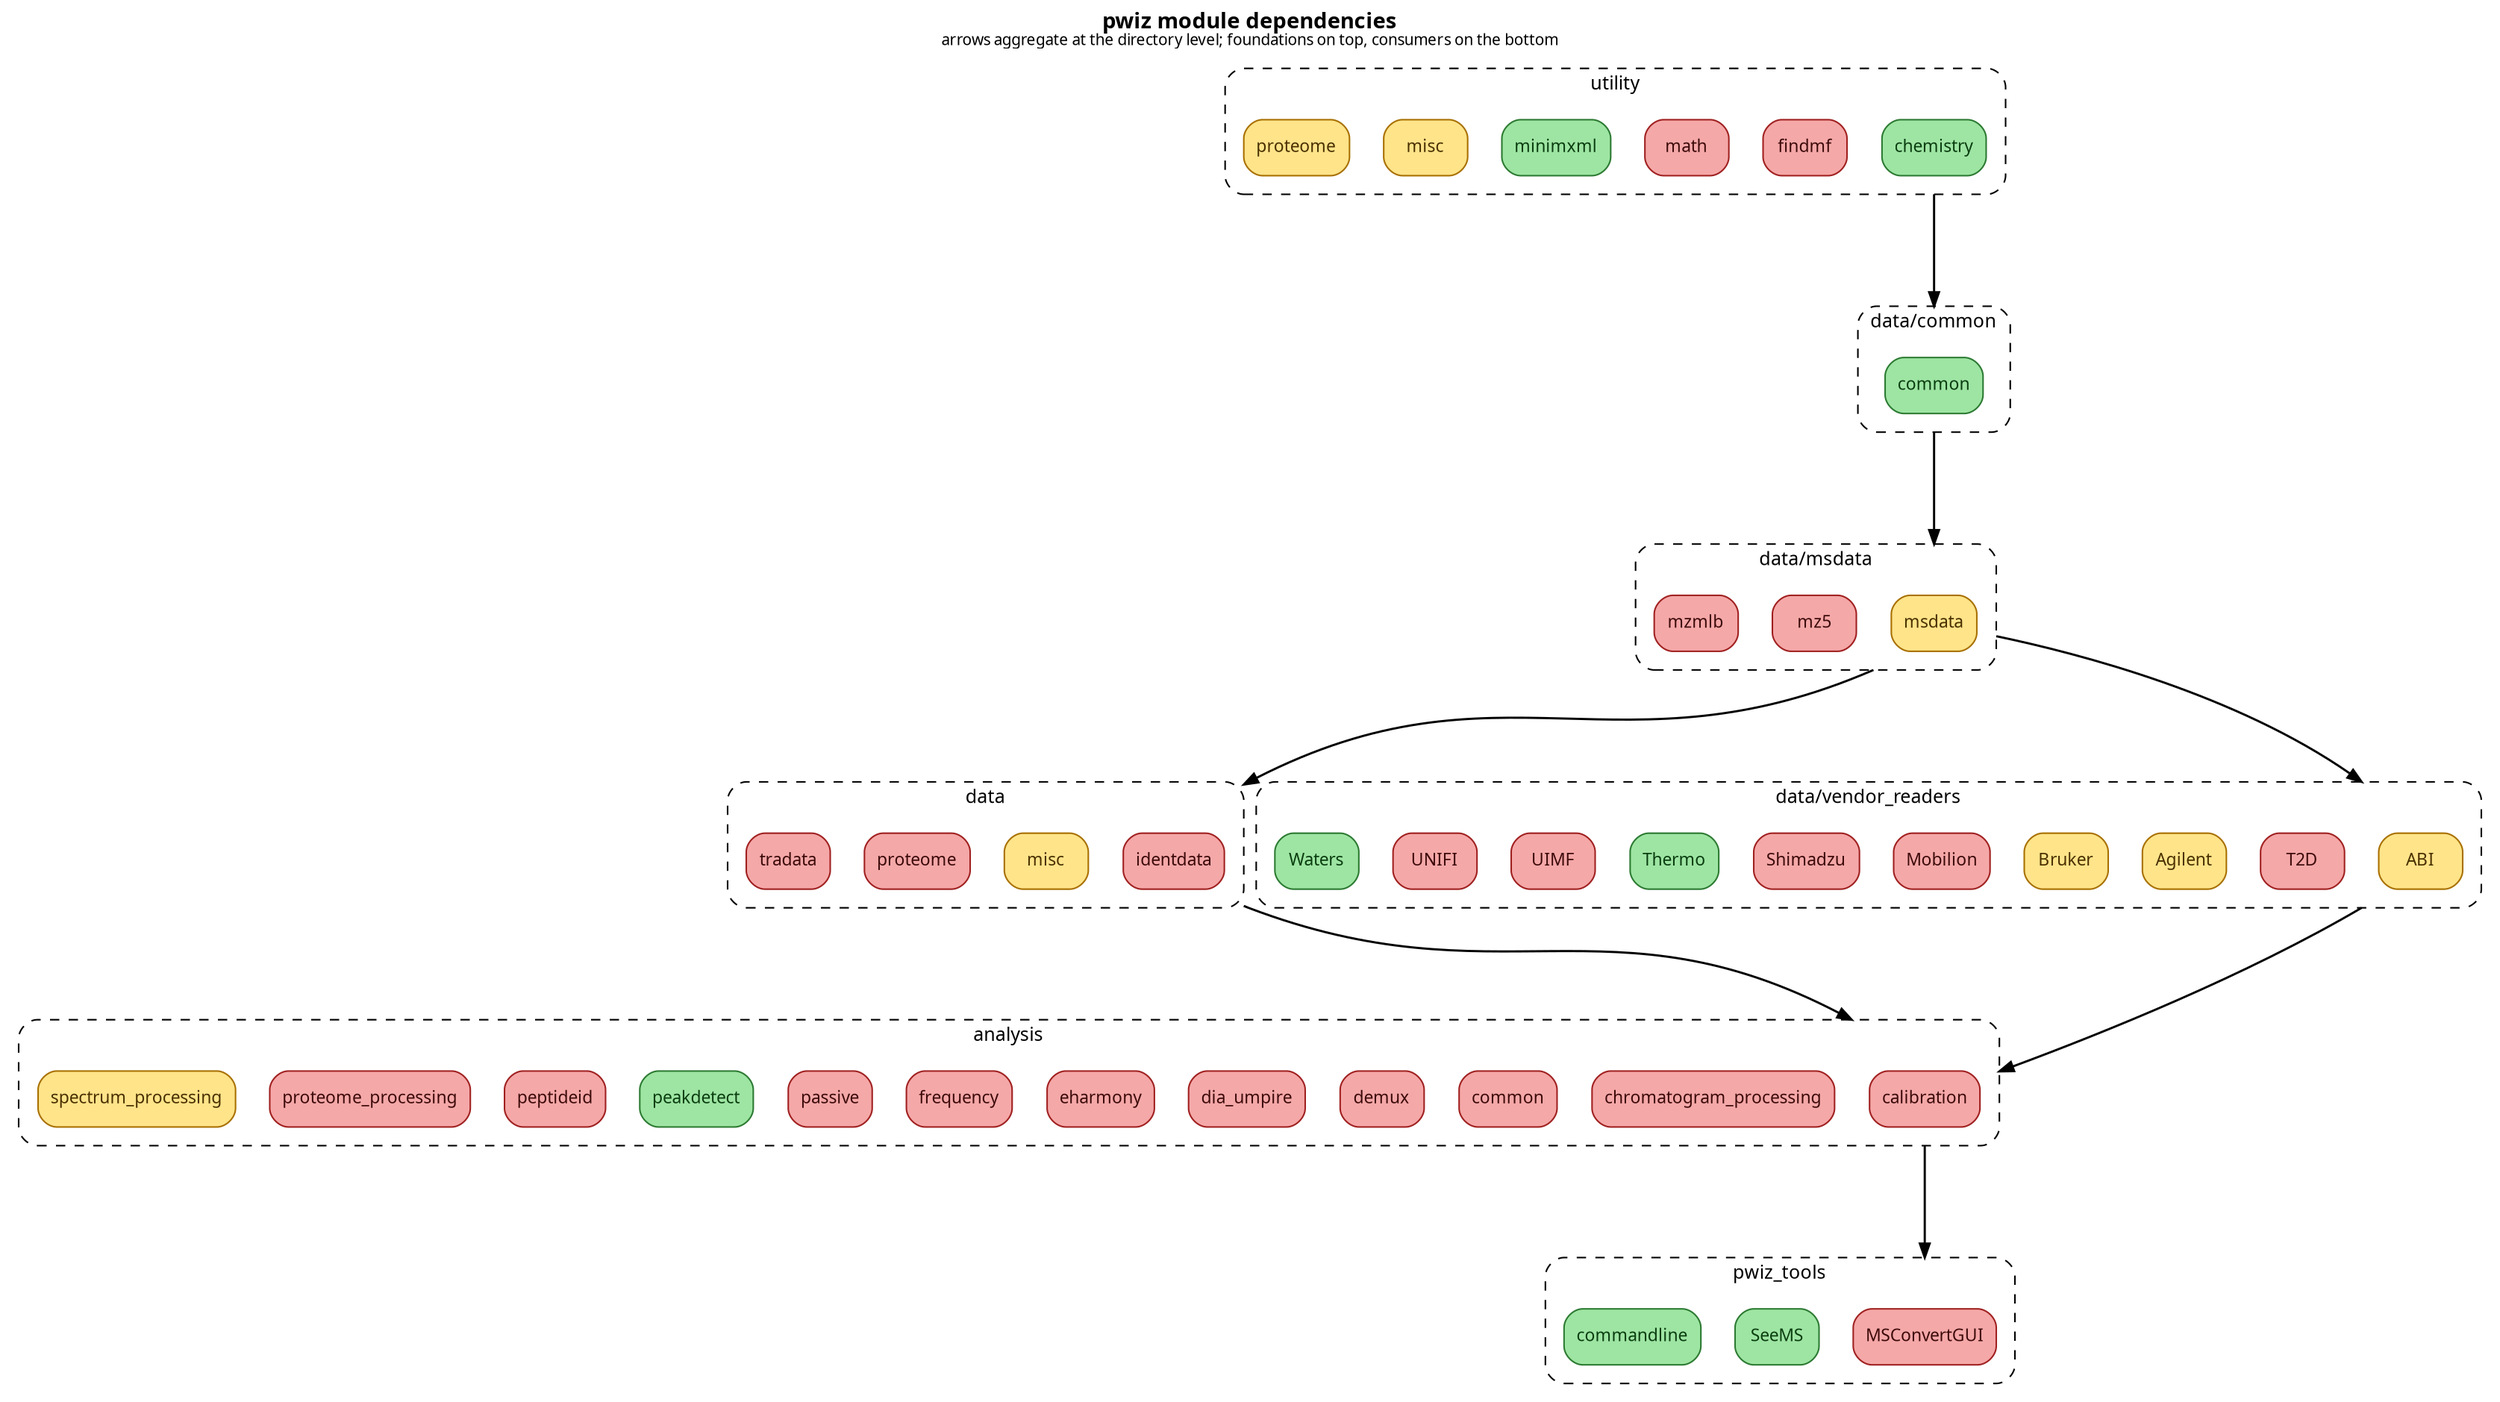
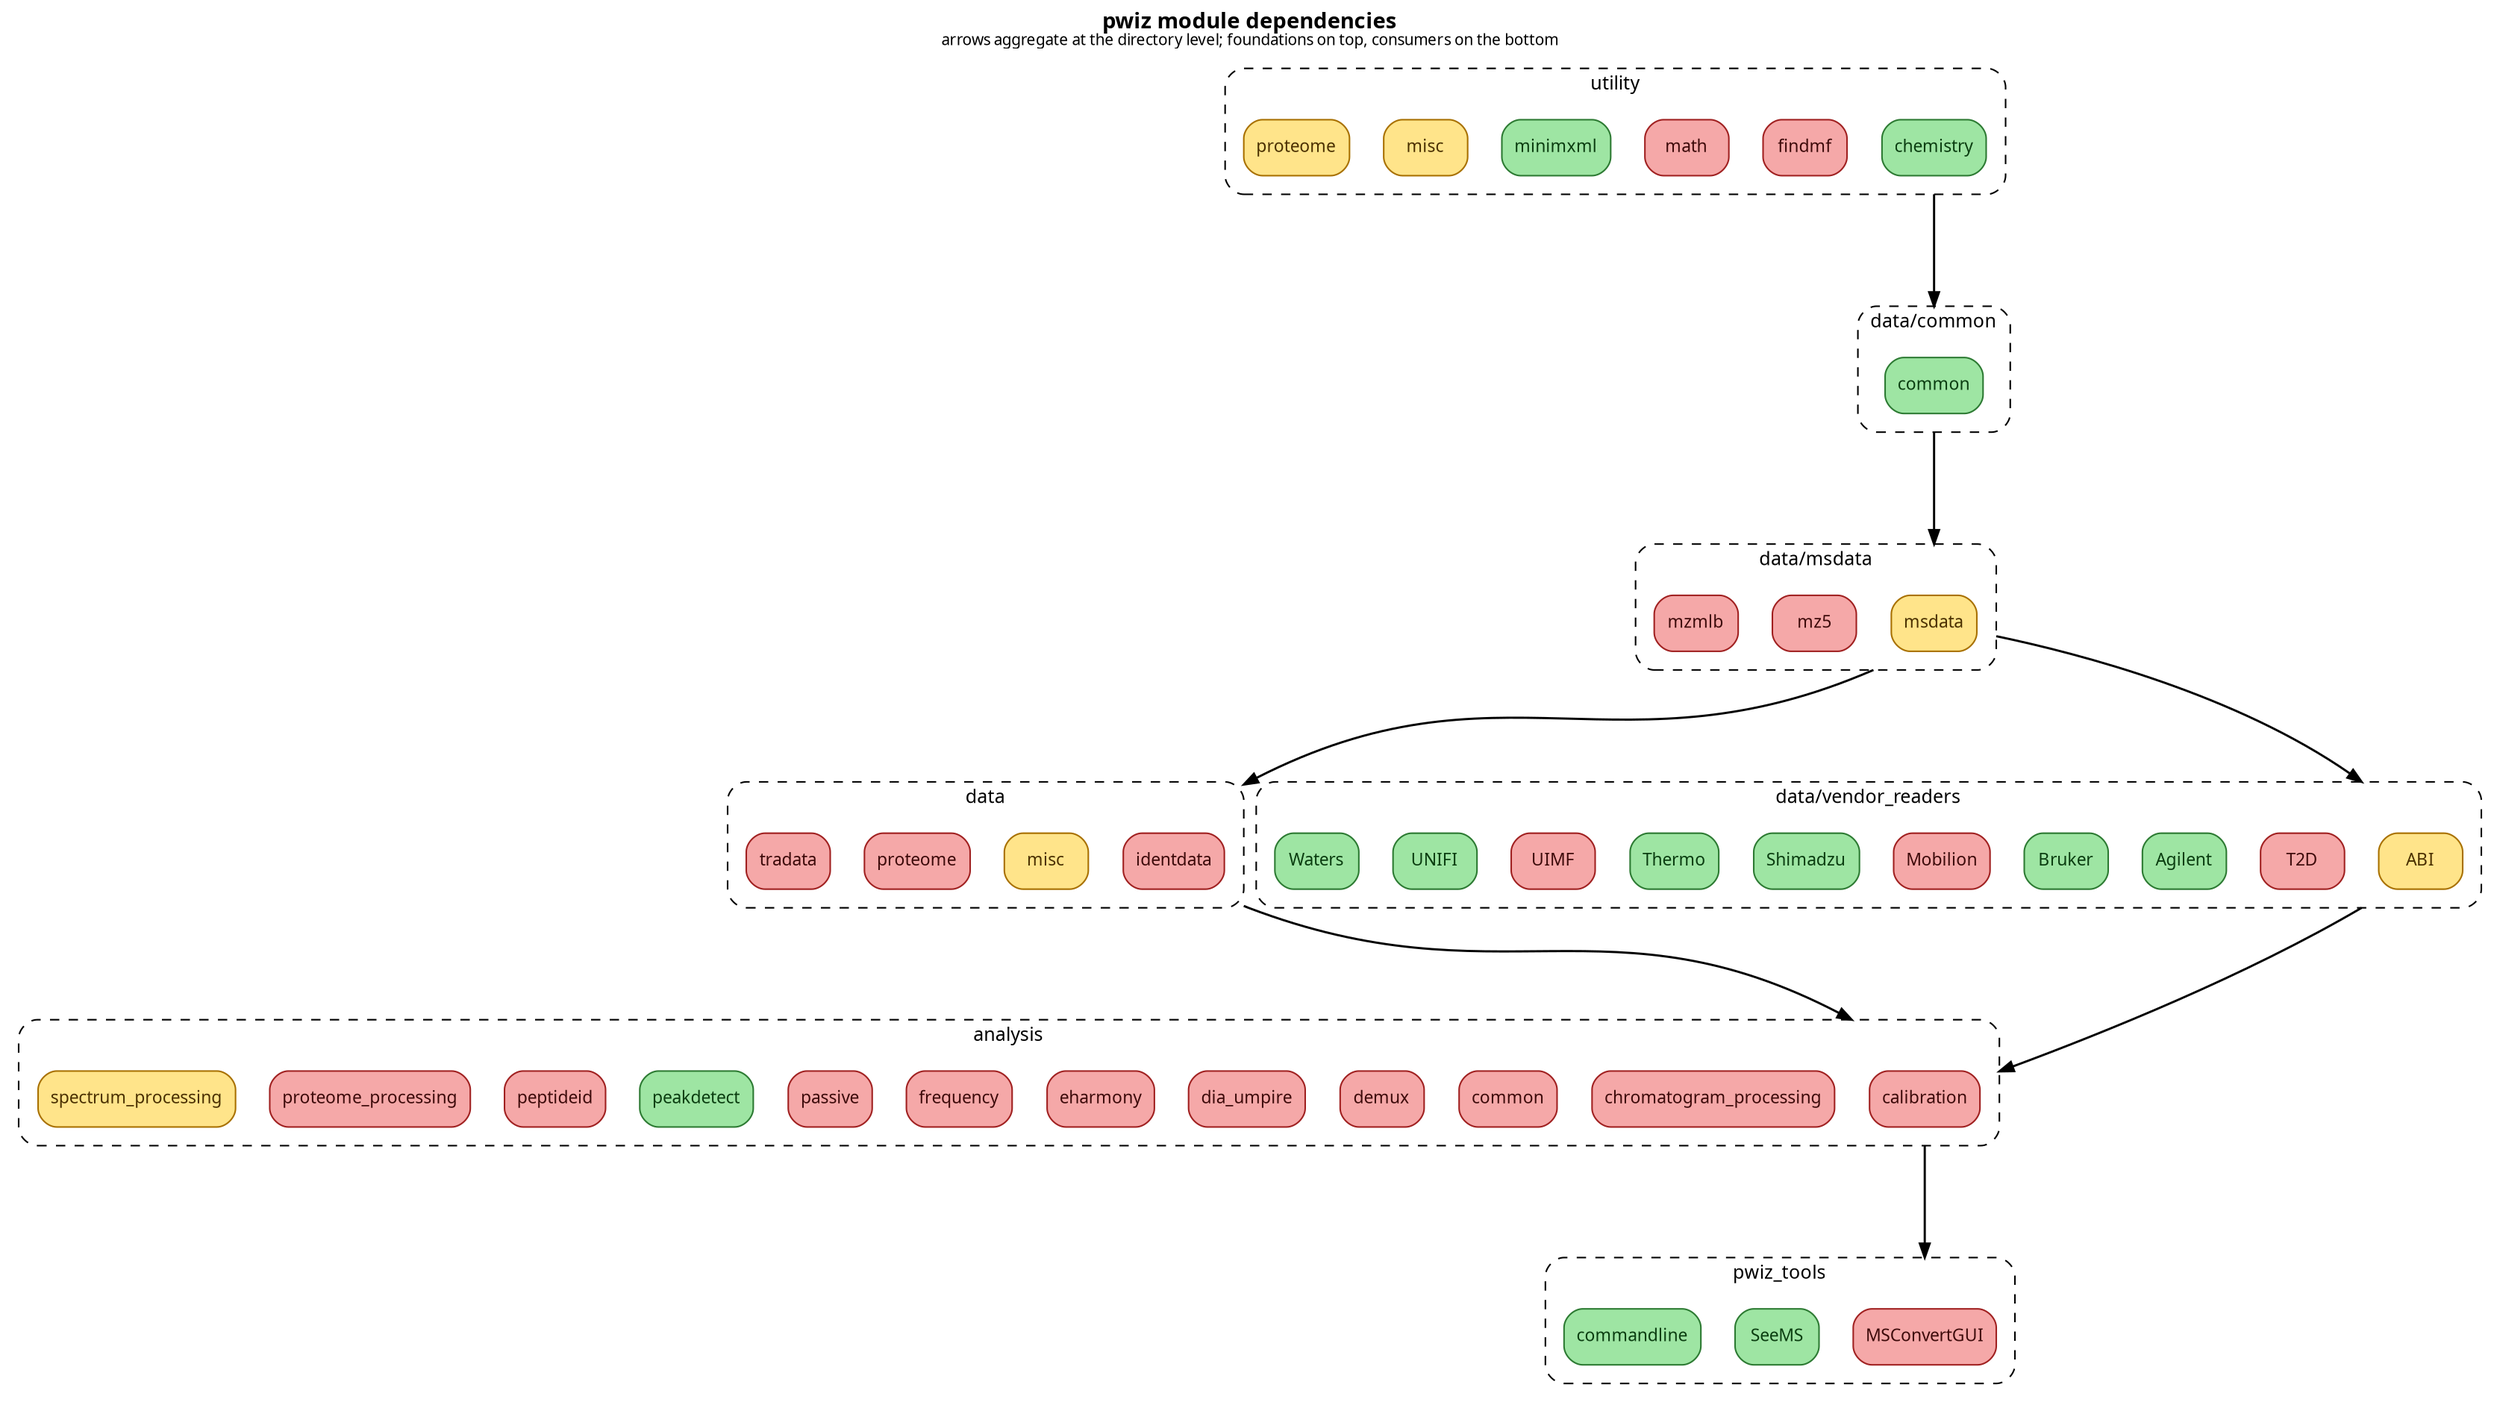
digraph pwiz_modules {
  rankdir=TB;
  labelloc=t;
  label=<<b>pwiz module dependencies</b><br/><font point-size="10">arrows aggregate at the directory level; foundations on top, consumers on the bottom</font>>;
  fontname="Segoe UI";
  node [shape=box, style="filled,rounded", fontname="Segoe UI", fontsize=11];
  edge [color="#444", penwidth=1.4, arrowsize=0.9];
  splines=spline;
  ranksep=0.8; nodesep=0.3;
  compound=true;

  subgraph cluster_analysis {
    label="analysis";
    style="rounded,dashed";
    color="#888";
    fontname="Segoe UI";
    fontsize=12;
    margin=12;
    n_analysis__calibration [label="calibration", fillcolor="#f5a8a8", color="#a02020", fontcolor="#3d0a0a"];
    n_analysis__chromatogram_processing [label="chromatogram_processing", fillcolor="#f5a8a8", color="#a02020", fontcolor="#3d0a0a"];
    n_analysis__common [label="common", fillcolor="#f5a8a8", color="#a02020", fontcolor="#3d0a0a"];
    n_analysis__demux [label="demux", fillcolor="#f5a8a8", color="#a02020", fontcolor="#3d0a0a"];
    n_analysis__dia_umpire [label="dia_umpire", fillcolor="#f5a8a8", color="#a02020", fontcolor="#3d0a0a"];
    n_analysis__eharmony [label="eharmony", fillcolor="#f5a8a8", color="#a02020", fontcolor="#3d0a0a"];
    n_analysis__frequency [label="frequency", fillcolor="#f5a8a8", color="#a02020", fontcolor="#3d0a0a"];
    n_analysis__passive [label="passive", fillcolor="#f5a8a8", color="#a02020", fontcolor="#3d0a0a"];
    n_analysis__peakdetect [label="peakdetect", fillcolor="#9ee5a3", color="#2c7a32", fontcolor="#0a3d10"];
    n_analysis__peptideid [label="peptideid", fillcolor="#f5a8a8", color="#a02020", fontcolor="#3d0a0a"];
    n_analysis__proteome_processing [label="proteome_processing", fillcolor="#f5a8a8", color="#a02020", fontcolor="#3d0a0a"];
    n_analysis__spectrum_processing [label="spectrum_processing", fillcolor="#ffe48a", color="#a87000", fontcolor="#4a3000"];
  }

  subgraph cluster_data {
    label="data";
    style="rounded,dashed";
    color="#888";
    fontname="Segoe UI";
    fontsize=12;
    margin=12;
    n_data__identdata [label="identdata", fillcolor="#f5a8a8", color="#a02020", fontcolor="#3d0a0a"];
    n_data__misc [label="misc", fillcolor="#ffe48a", color="#a87000", fontcolor="#4a3000"];
    n_data__proteome [label="proteome", fillcolor="#f5a8a8", color="#a02020", fontcolor="#3d0a0a"];
    n_data__tradata [label="tradata", fillcolor="#f5a8a8", color="#a02020", fontcolor="#3d0a0a"];
  }

  subgraph cluster_data_common {
    label="data/common";
    style="rounded,dashed";
    color="#888";
    fontname="Segoe UI";
    fontsize=12;
    margin=12;
    n_data__common [label="common", fillcolor="#9ee5a3", color="#2c7a32", fontcolor="#0a3d10"];
  }

  subgraph cluster_data_msdata {
    label="data/msdata";
    style="rounded,dashed";
    color="#888";
    fontname="Segoe UI";
    fontsize=12;
    margin=12;
    n_data__msdata [label="msdata", fillcolor="#ffe48a", color="#a87000", fontcolor="#4a3000"];
    n_data__msdata__mz5 [label="mz5", fillcolor="#f5a8a8", color="#a02020", fontcolor="#3d0a0a"];
    n_data__msdata__mzmlb [label="mzmlb", fillcolor="#f5a8a8", color="#a02020", fontcolor="#3d0a0a"];
  }

  subgraph cluster_data_vendor_readers {
    label="data/vendor_readers";
    style="rounded,dashed";
    color="#888";
    fontname="Segoe UI";
    fontsize=12;
    margin=12;
    n_data__vendor_readers__ABI [label="ABI", fillcolor="#ffe48a", color="#a87000", fontcolor="#4a3000"];
    n_data__vendor_readers__ABI__T2D [label="T2D", fillcolor="#f5a8a8", color="#a02020", fontcolor="#3d0a0a"];
-     n_data__vendor_readers__Agilent [label="Agilent", fillcolor="#ffe48a", color="#a87000", fontcolor="#4a3000"];
-     n_data__vendor_readers__Bruker [label="Bruker", fillcolor="#ffe48a", color="#a87000", fontcolor="#4a3000"];
+     n_data__vendor_readers__Agilent [label="Agilent", fillcolor="#9ee5a3", color="#2c7a32", fontcolor="#0a3d10"];
+     n_data__vendor_readers__Bruker [label="Bruker", fillcolor="#9ee5a3", color="#2c7a32", fontcolor="#0a3d10"];
    n_data__vendor_readers__Mobilion [label="Mobilion", fillcolor="#f5a8a8", color="#a02020", fontcolor="#3d0a0a"];
-     n_data__vendor_readers__Shimadzu [label="Shimadzu", fillcolor="#f5a8a8", color="#a02020", fontcolor="#3d0a0a"];
+     n_data__vendor_readers__Shimadzu [label="Shimadzu", fillcolor="#9ee5a3", color="#2c7a32", fontcolor="#0a3d10"];
    n_data__vendor_readers__Thermo [label="Thermo", fillcolor="#9ee5a3", color="#2c7a32", fontcolor="#0a3d10"];
    n_data__vendor_readers__UIMF [label="UIMF", fillcolor="#f5a8a8", color="#a02020", fontcolor="#3d0a0a"];
-     n_data__vendor_readers__UNIFI [label="UNIFI", fillcolor="#f5a8a8", color="#a02020", fontcolor="#3d0a0a"];
+     n_data__vendor_readers__UNIFI [label="UNIFI", fillcolor="#9ee5a3", color="#2c7a32", fontcolor="#0a3d10"];
    n_data__vendor_readers__Waters [label="Waters", fillcolor="#9ee5a3", color="#2c7a32", fontcolor="#0a3d10"];
  }

  subgraph cluster_pwiz_tools {
    label="pwiz_tools";
    style="rounded,dashed";
    color="#888";
    fontname="Segoe UI";
    fontsize=12;
    margin=12;
    n_pwiz_tools__MSConvertGUI [label="MSConvertGUI", fillcolor="#f5a8a8", color="#a02020", fontcolor="#3d0a0a"];
    n_pwiz_tools__SeeMS [label="SeeMS", fillcolor="#9ee5a3", color="#2c7a32", fontcolor="#0a3d10"];
    n_pwiz_tools__commandline [label="commandline", fillcolor="#9ee5a3", color="#2c7a32", fontcolor="#0a3d10"];
  }

  subgraph cluster_utility {
    label="utility";
    style="rounded,dashed";
    color="#888";
    fontname="Segoe UI";
    fontsize=12;
    margin=12;
    n_utility__chemistry [label="chemistry", fillcolor="#9ee5a3", color="#2c7a32", fontcolor="#0a3d10"];
    n_utility__findmf [label="findmf", fillcolor="#f5a8a8", color="#a02020", fontcolor="#3d0a0a"];
    n_utility__math [label="math", fillcolor="#f5a8a8", color="#a02020", fontcolor="#3d0a0a"];
    n_utility__minimxml [label="minimxml", fillcolor="#9ee5a3", color="#2c7a32", fontcolor="#0a3d10"];
    n_utility__misc [label="misc", fillcolor="#ffe48a", color="#a87000", fontcolor="#4a3000"];
    n_utility__proteome [label="proteome", fillcolor="#ffe48a", color="#a87000", fontcolor="#4a3000"];
  }

  n_data__identdata -> n_analysis__calibration [ltail=cluster_data, lhead=cluster_analysis, minlen=2];
  n_data__vendor_readers__ABI -> n_analysis__calibration [ltail=cluster_data_vendor_readers, lhead=cluster_analysis, minlen=2];
  n_data__msdata -> n_data__identdata [ltail=cluster_data_msdata, lhead=cluster_data, minlen=2];
  n_utility__chemistry -> n_data__common [ltail=cluster_utility, lhead=cluster_data_common, minlen=2];
  n_data__common -> n_data__msdata [ltail=cluster_data_common, lhead=cluster_data_msdata, minlen=2];
  n_data__msdata -> n_data__vendor_readers__ABI [ltail=cluster_data_msdata, lhead=cluster_data_vendor_readers, minlen=2];
  n_analysis__calibration -> n_pwiz_tools__MSConvertGUI [ltail=cluster_analysis, lhead=cluster_pwiz_tools, minlen=2];
}
